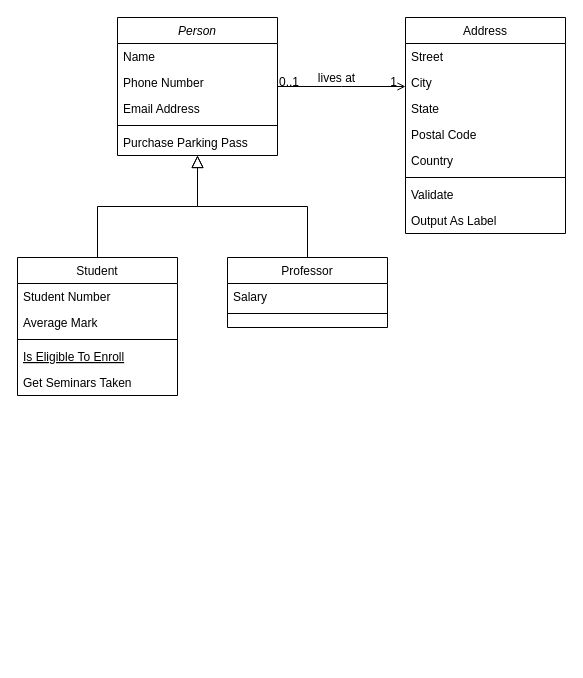
enchanter1cl/test-demo keeps this draw.io diagram as Untitled Diagram.drawio. Above is the earlier version. Source tidied: cells renumbered, new cells numbered last; positions are measured from the earlier drawing's top-left corner, leaving out a move shared by most shapes. Both pictures are drawn from the tidied source at 100%, with x=0, y=0 at pixel (17, 17).
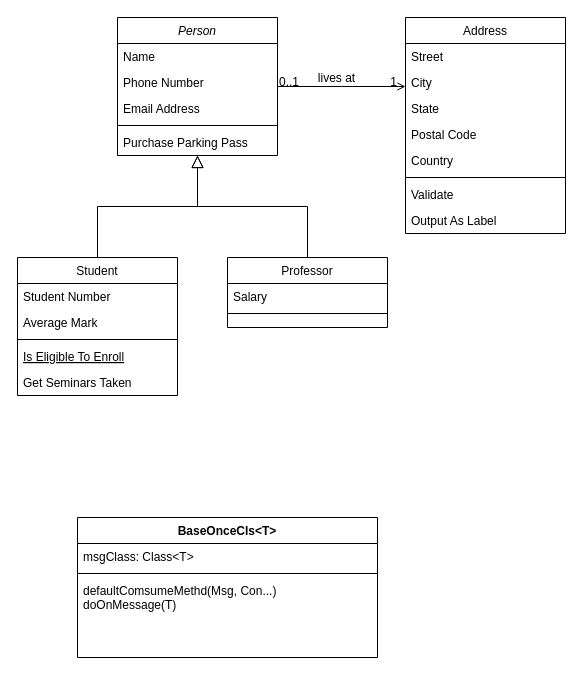
After the change.

What changed in the source:
```diff
@@
+    <mxCell id="32" value="BaseOnceCls&lt;T&gt;" style="swimlane;fontStyle=1;align=center;verticalAlign=top;horizontal=1;startSize=26;" parent="1" vertex="1">
+      <mxGeometry x="60" y="500" width="300" height="140" as="geometry" />
+    </mxCell>
+    <mxCell id="33" value="msgClass: Class&lt;T&gt;" style="text;strokeColor=none;fillColor=none;align=left;verticalAlign=top;spacingLeft=4;spacingRight=4;overflow=hidden;" parent="32" vertex="1">
+      <mxGeometry y="26" width="300" height="26" as="geometry" />
+    </mxCell>
+    <mxCell id="34" style="line;strokeWidth=1;fillColor=none;align=left;verticalAlign=middle;spacingTop=-1;spacingLeft=3;spacingRight=3;labelPosition=right;strokeColor=inherit;" parent="32" vertex="1">
+      <mxGeometry y="52" width="300" height="8" as="geometry" />
+    </mxCell>
+    <mxCell id="35" value="defaultComsumeMethd(Msg, Con...)&#10;doOnMessage(T)" style="text;strokeColor=none;fillColor=none;align=left;verticalAlign=top;spacingLeft=4;spacingRight=4;overflow=hidden;" parent="32" vertex="1">
+      <mxGeometry y="60" width="300" height="80" as="geometry" />
+    </mxCell>
```
